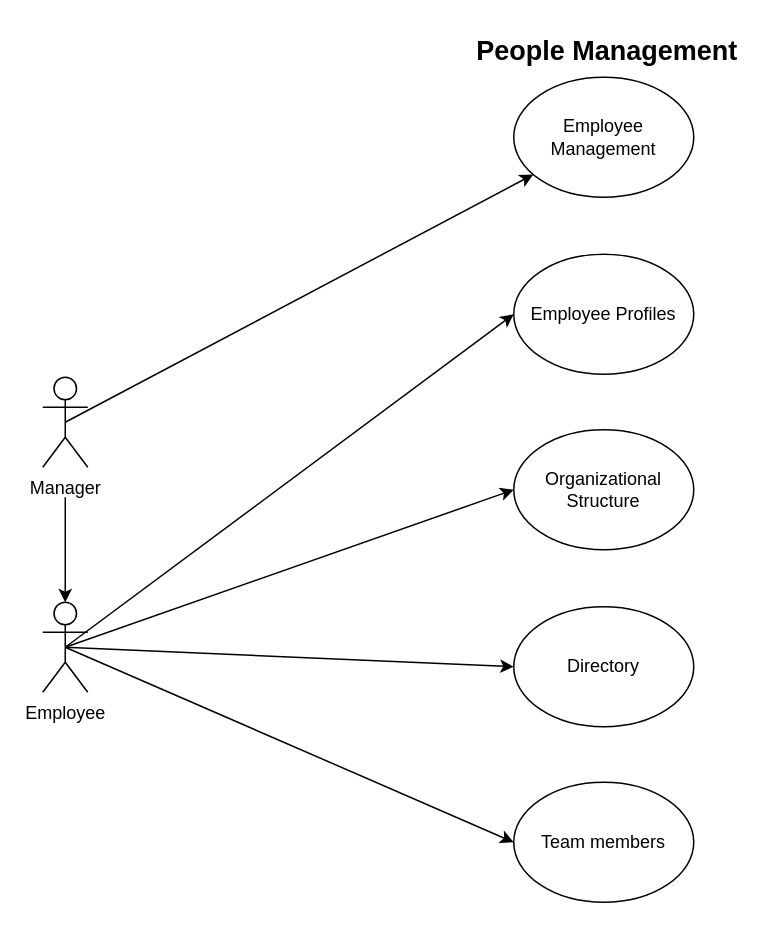
Earlier version of the draw.io diagram Biểu đồ không có tiêu đề.drawio (latienhien/Theme-HTML-Web). Source tidied: cells renumbered, new cells numbered last; positions are measured from the earlier drawing's top-left corner, leaving out a move shared by most shapes. Both pictures are drawn from the tidied source at 150%, with x=0, y=0 at pixel (42, 26).
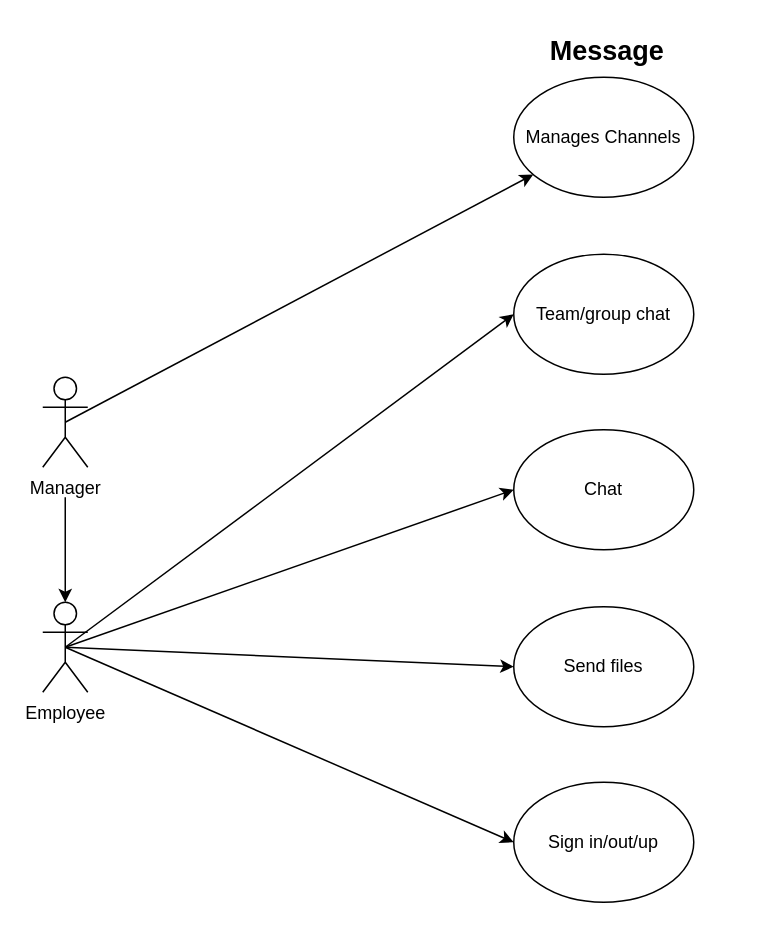
After the change.

Commit message:
Cập nhật Biểu đồ không có tiêu đề.drawio

What changed in the source:
```diff
@@
 <mxGraphModel>
   <root>
     <mxCell id="0" />
     <mxCell id="1" parent="0" />
     <mxCell id="2" value="Manager" style="shape=umlActor;verticalLabelPosition=bottom;verticalAlign=top;html=1;outlineConnect=0;" parent="1" vertex="1">
       <mxGeometry y="234" width="30" height="60" as="geometry" />
     </mxCell>
-    <mxCell id="3" value="Organizational Structure" style="ellipse;whiteSpace=wrap;html=1;" parent="1" vertex="1">
+    <mxCell id="3" value="Chat" style="ellipse;whiteSpace=wrap;html=1;" parent="1" vertex="1">
       <mxGeometry x="314" y="269" width="120" height="80" as="geometry" />
     </mxCell>
-    <mxCell id="4" value="&lt;div&gt;Employee Profiles&lt;/div&gt;" style="ellipse;whiteSpace=wrap;html=1;" parent="1" vertex="1">
+    <mxCell id="4" value="&lt;div&gt;Team/group chat&lt;/div&gt;" style="ellipse;whiteSpace=wrap;html=1;" parent="1" vertex="1">
       <mxGeometry x="314" y="152" width="120" height="80" as="geometry" />
     </mxCell>
-    <mxCell id="5" value="Directory" style="ellipse;whiteSpace=wrap;html=1;" parent="1" vertex="1">
+    <mxCell id="5" value="Send files" style="ellipse;whiteSpace=wrap;html=1;" parent="1" vertex="1">
       <mxGeometry x="314" y="387" width="120" height="80" as="geometry" />
     </mxCell>
-    <mxCell id="6" value="Team members" style="ellipse;whiteSpace=wrap;html=1;" parent="1" vertex="1">
+    <mxCell id="6" value="Sign in/out/up" style="ellipse;whiteSpace=wrap;html=1;" parent="1" vertex="1">
       <mxGeometry x="314" y="504" width="120" height="80" as="geometry" />
     </mxCell>
-    <mxCell id="7" value="Employee Management" style="ellipse;whiteSpace=wrap;html=1;" parent="1" vertex="1">
+    <mxCell id="7" value="Manages Channels" style="ellipse;whiteSpace=wrap;html=1;" parent="1" vertex="1">
       <mxGeometry x="314" y="34" width="120" height="80" as="geometry" />
     </mxCell>
     <mxCell id="8" style="endArrow=classic;html=1;rounded=0;exitX=0.5;exitY=0.5;exitDx=0;exitDy=0;exitPerimeter=0;" parent="1" edge="1" source="2" target="7">
       <mxGeometry relative="1" as="geometry" />
     </mxCell>
     <mxCell id="9" value="Employee" style="shape=umlActor;verticalLabelPosition=bottom;verticalAlign=top;html=1;outlineConnect=0;" parent="1" vertex="1">
       <mxGeometry y="384" width="30" height="60" as="geometry" />
     </mxCell>
     <mxCell id="10" style="endArrow=classic;html=1;rounded=0;" parent="1" edge="1">
       <mxGeometry relative="1" as="geometry">
         <mxPoint x="15" y="314" as="sourcePoint" />
         <mxPoint x="15" y="384" as="targetPoint" />
       </mxGeometry>
     </mxCell>
     <mxCell id="11" style="endArrow=classic;html=1;rounded=0;exitX=0.5;exitY=0.5;exitDx=0;exitDy=0;exitPerimeter=0;entryX=0;entryY=0.5;entryDx=0;entryDy=0;" parent="1" edge="1" source="9" target="4">
       <mxGeometry relative="1" as="geometry" />
     </mxCell>
     <mxCell id="12" style="endArrow=classic;html=1;rounded=0;exitX=0.5;exitY=0.5;exitDx=0;exitDy=0;exitPerimeter=0;entryX=0;entryY=0.5;entryDx=0;entryDy=0;" parent="1" edge="1" source="9" target="3">
       <mxGeometry relative="1" as="geometry" />
     </mxCell>
     <mxCell id="13" style="endArrow=classic;html=1;rounded=0;exitX=0.5;exitY=0.5;exitDx=0;exitDy=0;exitPerimeter=0;entryX=0;entryY=0.5;entryDx=0;entryDy=0;" parent="1" edge="1" source="9" target="5">
       <mxGeometry relative="1" as="geometry" />
     </mxCell>
     <mxCell id="14" style="endArrow=classic;html=1;rounded=0;exitX=0.5;exitY=0.5;exitDx=0;exitDy=0;exitPerimeter=0;entryX=0;entryY=0.5;entryDx=0;entryDy=0;" parent="1" edge="1" source="9" target="6">
       <mxGeometry relative="1" as="geometry" />
     </mxCell>
-    <mxCell id="15" value="&lt;b&gt;&lt;font style=&quot;font-size: 18px;&quot;&gt;People Management&lt;/font&gt;&lt;/b&gt;" style="text;html=1;align=center;verticalAlign=middle;strokeColor=none;fillColor=none;" parent="1" vertex="1">
-      <mxGeometry x="280" width="192" height="34" as="geometry" />
+    <mxCell id="15" value="&lt;b&gt;&lt;font style=&quot;font-size: 18px;&quot;&gt;Message&lt;/font&gt;&lt;/b&gt;" style="text;html=1;align=center;verticalAlign=middle;strokeColor=none;fillColor=none;" parent="1" vertex="1">
+      <mxGeometry x="329" width="94" height="34" as="geometry" />
     </mxCell>
   </root>
 </mxGraphModel>
```
